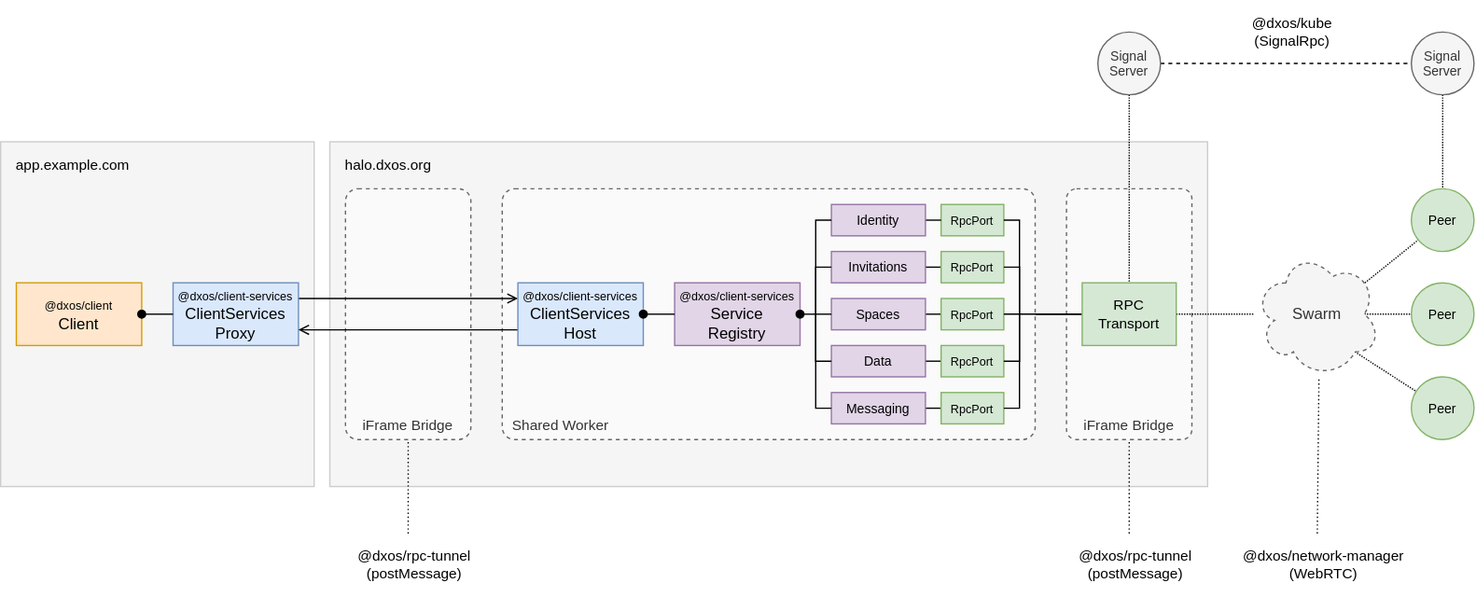
Above: docs/docs/design/diagrams/client-services.drawio.svg in dxos/dxos (draw.io), before the change. Source tidied: cells renumbered, new cells last; positions are measured from the earlier drawing's top-left corner, leaving out a move shared by most shapes.
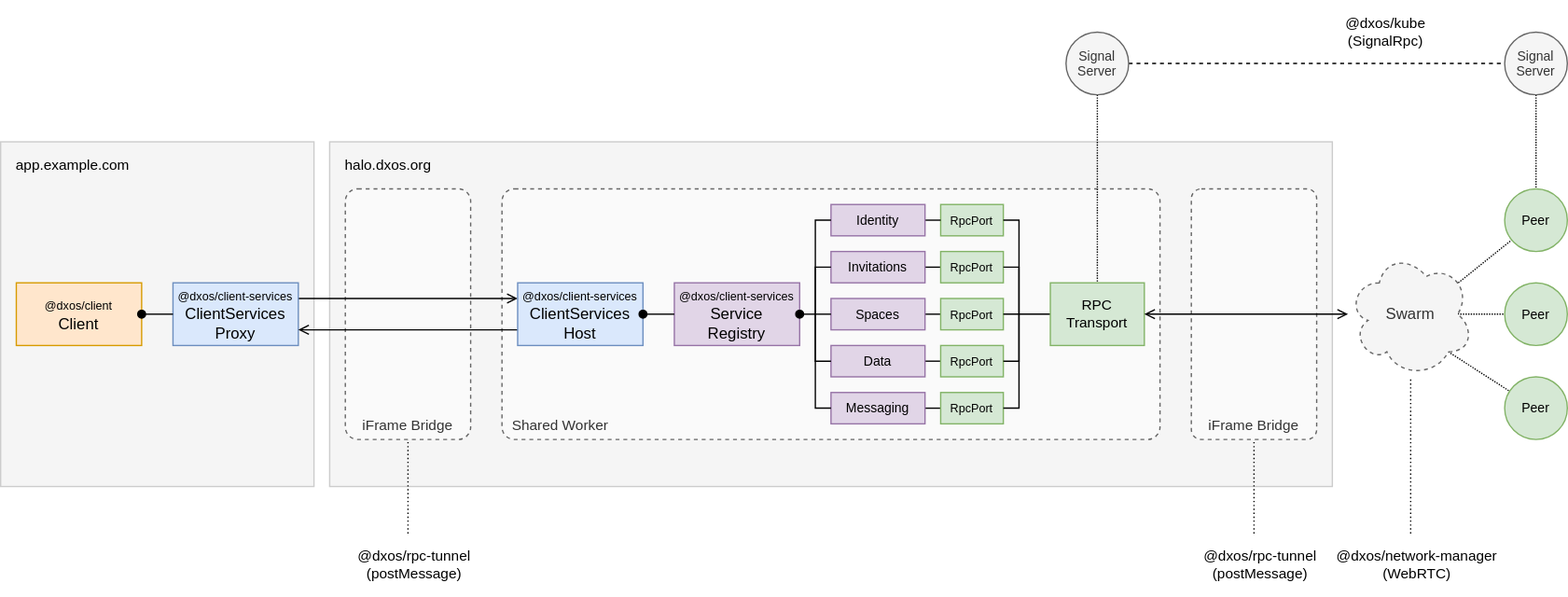
After the change.

Diff of the diagram source:
```diff
@@ -3,28 +3,25 @@
     <mxCell id="0" />
     <mxCell id="1" parent="0" />
     <mxCell id="2" style="rounded=0;whiteSpace=wrap;html=1;fillColor=#f5f5f5;fontColor=#333333;strokeColor=#CCCCCC;verticalAlign=bottom;spacingBottom=4;spacingTop=4;align=center;spacing=0;spacingRight=8;spacingLeft=8;" parent="1" vertex="1">
-      <mxGeometry x="252" y="108" width="672" height="264" as="geometry" />
+      <mxGeometry x="252" y="108" width="768" height="264" as="geometry" />
     </mxCell>
     <mxCell id="3" value="iFrame Bridge" style="rounded=1;whiteSpace=wrap;html=1;fillColor=#FAFAFA;fontColor=#333333;strokeColor=#666666;verticalAlign=bottom;spacingBottom=4;spacingTop=4;align=center;spacing=0;spacingRight=8;spacingLeft=8;dashed=1;fontSize=11;arcSize=8;" parent="1" vertex="1">
-      <mxGeometry x="816" y="144" width="96" height="192" as="geometry" />
+      <mxGeometry x="912" y="144" width="96" height="192" as="geometry" />
     </mxCell>
     <mxCell id="4" value="iFrame Bridge" style="rounded=1;whiteSpace=wrap;html=1;fillColor=#FAFAFA;fontColor=#333333;strokeColor=#666666;verticalAlign=bottom;spacingBottom=4;spacingTop=4;align=center;spacing=0;spacingRight=8;spacingLeft=8;dashed=1;fontSize=11;arcSize=10;" parent="1" vertex="1">
       <mxGeometry x="264" y="144" width="96" height="192" as="geometry" />
     </mxCell>
-    <mxCell id="5" style="edgeStyle=none;html=1;fontSize=10;startArrow=none;startFill=0;endArrow=none;endFill=0;exitX=1;exitY=0.5;exitDx=0;exitDy=0;dashed=1;dashPattern=1 1;" parent="1" edge="1" source="45" target="28">
-      <mxGeometry relative="1" as="geometry" />
-    </mxCell>
     <mxCell id="6" style="edgeStyle=none;html=1;fontSize=11;startArrow=none;startFill=0;endArrow=none;endFill=0;" parent="1" edge="1" source="7" target="45">
       <mxGeometry relative="1" as="geometry" />
     </mxCell>
     <mxCell id="7" value="Shared Worker" style="rounded=1;whiteSpace=wrap;html=1;fillColor=#FAFAFA;fontColor=#333333;strokeColor=#666666;verticalAlign=bottom;spacingBottom=4;spacingTop=4;align=left;spacing=0;spacingRight=8;spacingLeft=8;dashed=1;fontSize=11;perimeterSpacing=0;arcSize=5;" parent="1" vertex="1">
-      <mxGeometry x="384" y="144" width="408" height="192" as="geometry" />
+      <mxGeometry x="384" y="144" width="504" height="192" as="geometry" />
     </mxCell>
     <mxCell id="8" style="rounded=0;whiteSpace=wrap;html=1;fillColor=#f5f5f5;fontColor=#333333;strokeColor=#CCCCCC;verticalAlign=bottom;spacingBottom=4;spacingTop=4;align=left;spacing=0;spacingRight=8;spacingLeft=8;" parent="1" vertex="1">
       <mxGeometry y="108" width="240" height="264" as="geometry" />
     </mxCell>
     <mxCell id="9" value="&lt;font style=&quot;font-size: 11px;&quot;&gt;@dxos/network-manager&lt;/font&gt;&lt;br style=&quot;font-size: 11px;&quot;&gt;(WebRTC)" style="rounded=0;whiteSpace=wrap;html=1;dashed=1;align=center;spacingLeft=10;strokeColor=none;fillColor=none;fontSize=11;" parent="1" vertex="1">
-      <mxGeometry x="936" y="408" width="144" height="48" as="geometry" />
+      <mxGeometry x="1008" y="408" width="144" height="48" as="geometry" />
     </mxCell>
     <mxCell id="10" value="&lt;font style=&quot;font-size: 9px&quot;&gt;@dxos/client&lt;br&gt;&lt;/font&gt;Client" style="rounded=0;whiteSpace=wrap;html=1;fillColor=#ffe6cc;strokeColor=#d79b00;" parent="1" vertex="1">
       <mxGeometry x="12" y="216" width="96" height="48" as="geometry" />
@@ -81,7 +78,7 @@
       <mxGeometry relative="1" as="geometry" />
     </mxCell>
     <mxCell id="28" value="Swarm" style="ellipse;shape=cloud;whiteSpace=wrap;html=1;dashed=1;fillColor=#f5f5f5;fontColor=#333333;strokeColor=#666666;" parent="1" vertex="1">
-      <mxGeometry x="960" y="192" width="96" height="96" as="geometry" />
+      <mxGeometry x="1032" y="192" width="96" height="96" as="geometry" />
     </mxCell>
     <mxCell id="29" value="&lt;font style=&quot;font-size: 9px&quot;&gt;RpcPort&lt;/font&gt;" style="rounded=0;whiteSpace=wrap;html=1;fillColor=#d5e8d4;strokeColor=#82b366;" parent="1" vertex="1">
       <mxGeometry x="720" y="192" width="48" height="24" as="geometry" />
@@ -156,25 +153,25 @@
       </mxGeometry>
     </mxCell>
     <mxCell id="45" value="&lt;font style=&quot;font-size: 11px;&quot;&gt;RPC&lt;br style=&quot;font-size: 11px;&quot;&gt;Transport&lt;br style=&quot;font-size: 11px;&quot;&gt;&lt;/font&gt;" style="rounded=0;whiteSpace=wrap;html=1;fillColor=#d5e8d4;strokeColor=#82b366;fontSize=11;" parent="1" vertex="1">
-      <mxGeometry x="828" y="216" width="72" height="48" as="geometry" />
+      <mxGeometry x="804" y="216" width="72" height="48" as="geometry" />
     </mxCell>
     <mxCell id="46" style="edgeStyle=none;html=1;fontSize=8;endArrow=none;endFill=0;dashed=1;dashPattern=1 2;exitX=0.5;exitY=0;exitDx=0;exitDy=0;" parent="1" edge="1" source="9" target="28">
       <mxGeometry relative="1" as="geometry" />
     </mxCell>
     <mxCell id="47" value="&lt;font style=&quot;font-size: 11px;&quot;&gt;@dxos/rpc-tunnel&lt;br style=&quot;font-size: 11px;&quot;&gt;&lt;/font&gt;(postMessage)" style="rounded=0;whiteSpace=wrap;html=1;dashed=1;align=center;spacingLeft=10;strokeColor=none;fillColor=none;fontSize=11;" parent="1" vertex="1">
-      <mxGeometry x="804" y="408" width="120" height="48" as="geometry" />
+      <mxGeometry x="900" y="408" width="120" height="48" as="geometry" />
     </mxCell>
     <mxCell id="48" style="edgeStyle=none;html=1;fontSize=8;endArrow=none;endFill=0;dashed=1;dashPattern=1 2;" parent="1" edge="1" source="47" target="3">
       <mxGeometry relative="1" as="geometry" />
     </mxCell>
     <mxCell id="49" value="Peer" style="ellipse;whiteSpace=wrap;html=1;fontSize=10;fillColor=#d5e8d4;strokeColor=#82b366;" parent="1" vertex="1">
-      <mxGeometry x="1080" y="216" width="48" height="48" as="geometry" />
+      <mxGeometry x="1152" y="216" width="48" height="48" as="geometry" />
     </mxCell>
     <mxCell id="50" value="Peer" style="ellipse;whiteSpace=wrap;html=1;fontSize=10;fillColor=#d5e8d4;strokeColor=#82b366;" parent="1" vertex="1">
-      <mxGeometry x="1080" y="144" width="48" height="48" as="geometry" />
+      <mxGeometry x="1152" y="144" width="48" height="48" as="geometry" />
     </mxCell>
     <mxCell id="51" value="Peer" style="ellipse;whiteSpace=wrap;html=1;fontSize=10;fillColor=#d5e8d4;strokeColor=#82b366;" parent="1" vertex="1">
-      <mxGeometry x="1080" y="288" width="48" height="48" as="geometry" />
+      <mxGeometry x="1152" y="288" width="48" height="48" as="geometry" />
     </mxCell>
     <mxCell id="52" style="edgeStyle=none;html=1;exitX=0.5;exitY=1;exitDx=0;exitDy=0;dashed=1;dashPattern=1 1;fontSize=9;startArrow=none;startFill=0;endArrow=none;endFill=0;" parent="1" edge="1" source="54" target="45">
       <mxGeometry relative="1" as="geometry" />
@@ -183,16 +180,16 @@
       <mxGeometry relative="1" as="geometry" />
     </mxCell>
     <mxCell id="54" value="Signal&lt;br&gt;Server" style="ellipse;whiteSpace=wrap;html=1;fontSize=10;fillColor=#f5f5f5;strokeColor=#666666;fontColor=#333333;" parent="1" vertex="1">
-      <mxGeometry x="840" y="24" width="48" height="48" as="geometry" />
+      <mxGeometry x="816" y="24" width="48" height="48" as="geometry" />
     </mxCell>
     <mxCell id="55" style="edgeStyle=none;html=1;exitX=0.5;exitY=1;exitDx=0;exitDy=0;dashed=1;dashPattern=1 1;fontSize=9;startArrow=none;startFill=0;endArrow=none;endFill=0;" parent="1" edge="1" source="56" target="50">
       <mxGeometry relative="1" as="geometry" />
     </mxCell>
     <mxCell id="56" value="Signal&lt;br&gt;Server" style="ellipse;whiteSpace=wrap;html=1;fontSize=10;fillColor=#f5f5f5;strokeColor=#666666;fontColor=#333333;" parent="1" vertex="1">
-      <mxGeometry x="1080" y="24" width="48" height="48" as="geometry" />
+      <mxGeometry x="1152" y="24" width="48" height="48" as="geometry" />
     </mxCell>
     <mxCell id="57" value="&lt;font style=&quot;font-size: 11px;&quot;&gt;@dxos/kube&lt;/font&gt;&lt;br style=&quot;font-size: 11px;&quot;&gt;(SignalRpc)" style="rounded=0;whiteSpace=wrap;html=1;dashed=1;align=center;spacingLeft=10;strokeColor=none;fillColor=none;fontSize=11;" parent="1" vertex="1">
-      <mxGeometry x="924" width="120" height="48" as="geometry" />
+      <mxGeometry x="996" width="120" height="48" as="geometry" />
     </mxCell>
     <mxCell id="58" value="app.example.com" style="rounded=0;whiteSpace=wrap;html=1;dashed=1;align=left;spacingLeft=10;strokeColor=none;fillColor=none;fontSize=11;" parent="1" vertex="1">
       <mxGeometry y="108" width="120" height="36" as="geometry" />
@@ -200,5 +197,8 @@
     <mxCell id="59" value="halo.dxos.org" style="rounded=0;whiteSpace=wrap;html=1;dashed=1;align=left;spacingLeft=10;strokeColor=none;fillColor=none;fontSize=11;" parent="1" vertex="1">
       <mxGeometry x="252" y="108" width="120" height="36" as="geometry" />
     </mxCell>
+    <mxCell id="5" style="edgeStyle=none;html=1;fontSize=10;startArrow=open;startFill=0;endArrow=open;endFill=0;" parent="1" edge="1" source="45" target="28">
+      <mxGeometry relative="1" as="geometry" />
+    </mxCell>
   </root>
 </mxGraphModel>
```
